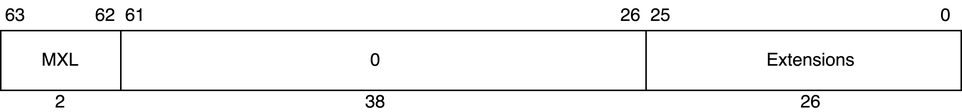
Earlier version of the draw.io export basic/images/20-mmode-csr/misa.png (nananapo/veryl-riscv-book). Source tidied: cells renumbered, new cells last; positions are measured from the earlier drawing's top-left corner, leaving out a move shared by most shapes. Its diagram source:
```xml
<mxGraphModel>
  <root>
    <mxCell id="0" />
    <mxCell id="1" parent="0" />
    <mxCell id="2" style="rounded=0;whiteSpace=wrap;html=1;" parent="1" vertex="1">
      <mxGeometry y="20" width="640" height="40" as="geometry" />
    </mxCell>
    <mxCell id="3" style="endArrow=none;html=1;rounded=0;" parent="1" edge="1">
      <mxGeometry relative="1" as="geometry">
        <mxPoint x="80" y="60" as="sourcePoint" />
        <mxPoint x="80" y="20" as="targetPoint" />
      </mxGeometry>
    </mxCell>
    <mxCell id="4" style="endArrow=none;html=1;rounded=0;" parent="1" edge="1">
      <mxGeometry relative="1" as="geometry">
        <mxPoint x="430" y="60" as="sourcePoint" />
        <mxPoint x="430" y="20" as="targetPoint" />
      </mxGeometry>
    </mxCell>
    <mxCell id="5" value="MXL" style="text;html=1;align=center;verticalAlign=middle;whiteSpace=wrap;rounded=0;" parent="1" vertex="1">
      <mxGeometry x="10" y="25" width="60" height="30" as="geometry" />
    </mxCell>
    <mxCell id="6" value="0" style="text;html=1;align=center;verticalAlign=middle;whiteSpace=wrap;rounded=0;" parent="1" vertex="1">
      <mxGeometry x="220" y="25" width="60" height="30" as="geometry" />
    </mxCell>
    <mxCell id="7" value="Extensions" style="text;html=1;align=center;verticalAlign=middle;whiteSpace=wrap;rounded=0;" parent="1" vertex="1">
      <mxGeometry x="510" y="25" width="60" height="30" as="geometry" />
    </mxCell>
    <mxCell id="8" value="63" style="text;html=1;align=center;verticalAlign=middle;whiteSpace=wrap;rounded=0;" parent="1" vertex="1">
      <mxGeometry width="20" height="20" as="geometry" />
    </mxCell>
    <mxCell id="9" value="62" style="text;html=1;align=center;verticalAlign=middle;whiteSpace=wrap;rounded=0;" parent="1" vertex="1">
      <mxGeometry x="60" width="20" height="20" as="geometry" />
    </mxCell>
    <mxCell id="10" value="26" style="text;html=1;align=center;verticalAlign=middle;whiteSpace=wrap;rounded=0;" parent="1" vertex="1">
      <mxGeometry x="410" width="20" height="20" as="geometry" />
    </mxCell>
    <mxCell id="11" value="25" style="text;html=1;align=center;verticalAlign=middle;whiteSpace=wrap;rounded=0;" parent="1" vertex="1">
      <mxGeometry x="430" width="20" height="20" as="geometry" />
    </mxCell>
    <mxCell id="12" value="61" style="text;html=1;align=center;verticalAlign=middle;whiteSpace=wrap;rounded=0;" parent="1" vertex="1">
      <mxGeometry x="80" width="20" height="20" as="geometry" />
    </mxCell>
    <mxCell id="13" value="0" style="text;html=1;align=center;verticalAlign=middle;whiteSpace=wrap;rounded=0;" parent="1" vertex="1">
      <mxGeometry x="620" width="20" height="20" as="geometry" />
    </mxCell>
    <mxCell id="14" value="2" style="text;html=1;align=center;verticalAlign=middle;whiteSpace=wrap;rounded=0;" parent="1" vertex="1">
      <mxGeometry x="30" y="60" width="20" height="15" as="geometry" />
    </mxCell>
    <mxCell id="15" value="38" style="text;html=1;align=center;verticalAlign=middle;whiteSpace=wrap;rounded=0;" parent="1" vertex="1">
      <mxGeometry x="240" y="60" width="20" height="15" as="geometry" />
    </mxCell>
    <mxCell id="16" value="26" style="text;html=1;align=center;verticalAlign=middle;whiteSpace=wrap;rounded=0;" parent="1" vertex="1">
      <mxGeometry x="530" y="60" width="20" height="15" as="geometry" />
    </mxCell>
  </root>
</mxGraphModel>
```
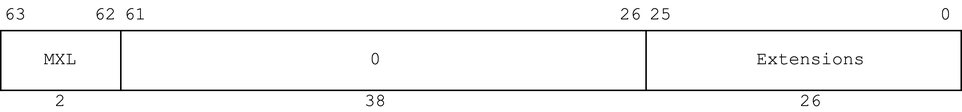
Above is the later version.

What changed in the source:
```diff
@@ -2,55 +2,55 @@
   <root>
     <mxCell id="0" />
     <mxCell id="1" parent="0" />
-    <mxCell id="2" style="rounded=0;whiteSpace=wrap;html=1;" parent="1" vertex="1">
+    <mxCell id="2" style="rounded=0;whiteSpace=wrap;html=1;fontFamily=Courier New;" parent="1" vertex="1">
       <mxGeometry y="20" width="640" height="40" as="geometry" />
     </mxCell>
-    <mxCell id="3" style="endArrow=none;html=1;rounded=0;" parent="1" edge="1">
+    <mxCell id="3" style="endArrow=none;html=1;rounded=0;fontFamily=Courier New;" parent="1" edge="1">
       <mxGeometry relative="1" as="geometry">
         <mxPoint x="80" y="60" as="sourcePoint" />
         <mxPoint x="80" y="20" as="targetPoint" />
       </mxGeometry>
     </mxCell>
-    <mxCell id="4" style="endArrow=none;html=1;rounded=0;" parent="1" edge="1">
+    <mxCell id="4" style="endArrow=none;html=1;rounded=0;fontFamily=Courier New;" parent="1" edge="1">
       <mxGeometry relative="1" as="geometry">
         <mxPoint x="430" y="60" as="sourcePoint" />
         <mxPoint x="430" y="20" as="targetPoint" />
       </mxGeometry>
     </mxCell>
-    <mxCell id="5" value="MXL" style="text;html=1;align=center;verticalAlign=middle;whiteSpace=wrap;rounded=0;" parent="1" vertex="1">
+    <mxCell id="5" value="MXL" style="text;html=1;align=center;verticalAlign=middle;whiteSpace=wrap;rounded=0;fontFamily=Courier New;" parent="1" vertex="1">
       <mxGeometry x="10" y="25" width="60" height="30" as="geometry" />
     </mxCell>
-    <mxCell id="6" value="0" style="text;html=1;align=center;verticalAlign=middle;whiteSpace=wrap;rounded=0;" parent="1" vertex="1">
+    <mxCell id="6" value="0" style="text;html=1;align=center;verticalAlign=middle;whiteSpace=wrap;rounded=0;fontFamily=Courier New;" parent="1" vertex="1">
       <mxGeometry x="220" y="25" width="60" height="30" as="geometry" />
     </mxCell>
-    <mxCell id="7" value="Extensions" style="text;html=1;align=center;verticalAlign=middle;whiteSpace=wrap;rounded=0;" parent="1" vertex="1">
+    <mxCell id="7" value="Extensions" style="text;html=1;align=center;verticalAlign=middle;whiteSpace=wrap;rounded=0;fontFamily=Courier New;" parent="1" vertex="1">
       <mxGeometry x="510" y="25" width="60" height="30" as="geometry" />
     </mxCell>
-    <mxCell id="8" value="63" style="text;html=1;align=center;verticalAlign=middle;whiteSpace=wrap;rounded=0;" parent="1" vertex="1">
+    <mxCell id="8" value="63" style="text;html=1;align=center;verticalAlign=middle;whiteSpace=wrap;rounded=0;fontFamily=Courier New;" parent="1" vertex="1">
       <mxGeometry width="20" height="20" as="geometry" />
     </mxCell>
-    <mxCell id="9" value="62" style="text;html=1;align=center;verticalAlign=middle;whiteSpace=wrap;rounded=0;" parent="1" vertex="1">
+    <mxCell id="9" value="62" style="text;html=1;align=center;verticalAlign=middle;whiteSpace=wrap;rounded=0;fontFamily=Courier New;" parent="1" vertex="1">
       <mxGeometry x="60" width="20" height="20" as="geometry" />
     </mxCell>
-    <mxCell id="10" value="26" style="text;html=1;align=center;verticalAlign=middle;whiteSpace=wrap;rounded=0;" parent="1" vertex="1">
+    <mxCell id="10" value="26" style="text;html=1;align=center;verticalAlign=middle;whiteSpace=wrap;rounded=0;fontFamily=Courier New;" parent="1" vertex="1">
       <mxGeometry x="410" width="20" height="20" as="geometry" />
     </mxCell>
-    <mxCell id="11" value="25" style="text;html=1;align=center;verticalAlign=middle;whiteSpace=wrap;rounded=0;" parent="1" vertex="1">
+    <mxCell id="11" value="25" style="text;html=1;align=center;verticalAlign=middle;whiteSpace=wrap;rounded=0;fontFamily=Courier New;" parent="1" vertex="1">
       <mxGeometry x="430" width="20" height="20" as="geometry" />
     </mxCell>
-    <mxCell id="12" value="61" style="text;html=1;align=center;verticalAlign=middle;whiteSpace=wrap;rounded=0;" parent="1" vertex="1">
+    <mxCell id="12" value="61" style="text;html=1;align=center;verticalAlign=middle;whiteSpace=wrap;rounded=0;fontFamily=Courier New;" parent="1" vertex="1">
       <mxGeometry x="80" width="20" height="20" as="geometry" />
     </mxCell>
-    <mxCell id="13" value="0" style="text;html=1;align=center;verticalAlign=middle;whiteSpace=wrap;rounded=0;" parent="1" vertex="1">
+    <mxCell id="13" value="0" style="text;html=1;align=center;verticalAlign=middle;whiteSpace=wrap;rounded=0;fontFamily=Courier New;" parent="1" vertex="1">
       <mxGeometry x="620" width="20" height="20" as="geometry" />
     </mxCell>
-    <mxCell id="14" value="2" style="text;html=1;align=center;verticalAlign=middle;whiteSpace=wrap;rounded=0;" parent="1" vertex="1">
+    <mxCell id="14" value="2" style="text;html=1;align=center;verticalAlign=middle;whiteSpace=wrap;rounded=0;fontFamily=Courier New;" parent="1" vertex="1">
       <mxGeometry x="30" y="60" width="20" height="15" as="geometry" />
     </mxCell>
-    <mxCell id="15" value="38" style="text;html=1;align=center;verticalAlign=middle;whiteSpace=wrap;rounded=0;" parent="1" vertex="1">
+    <mxCell id="15" value="38" style="text;html=1;align=center;verticalAlign=middle;whiteSpace=wrap;rounded=0;fontFamily=Courier New;" parent="1" vertex="1">
       <mxGeometry x="240" y="60" width="20" height="15" as="geometry" />
     </mxCell>
-    <mxCell id="16" value="26" style="text;html=1;align=center;verticalAlign=middle;whiteSpace=wrap;rounded=0;" parent="1" vertex="1">
+    <mxCell id="16" value="26" style="text;html=1;align=center;verticalAlign=middle;whiteSpace=wrap;rounded=0;fontFamily=Courier New;" parent="1" vertex="1">
       <mxGeometry x="530" y="60" width="20" height="15" as="geometry" />
     </mxCell>
   </root>
```
